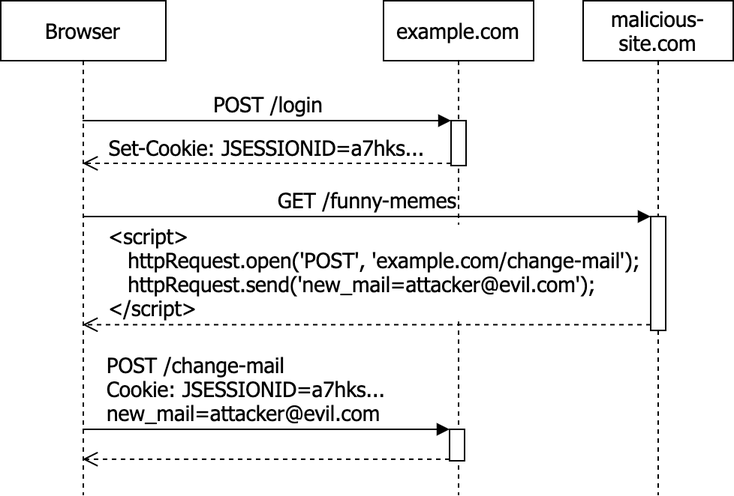
Above: content/articles/2021/cross-site-request-forgery-csrf-xsrf-protection-in-quarkus/csrf-attack2x.png in marcelkliemannel/marcelkliemannel.com (draw.io), before the change. Source tidied: cells renumbered, new cells last; positions are measured from the earlier drawing's top-left corner, leaving out a move shared by most shapes.
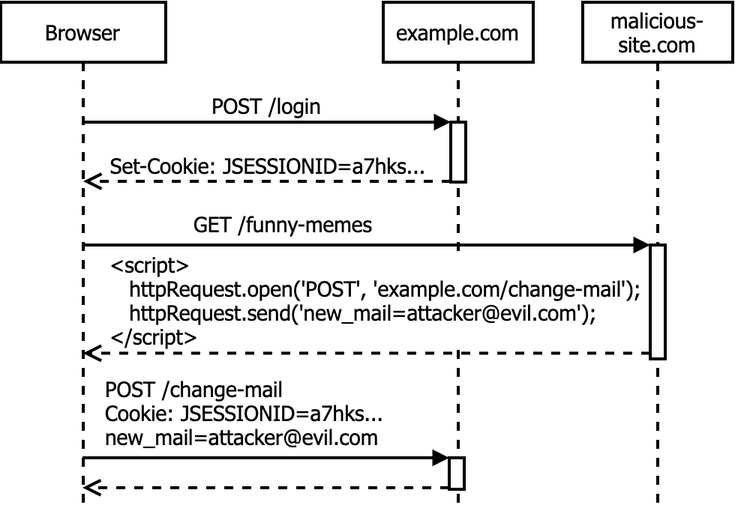
The same diagram one commit later.

Commit message:
Improve drawing of sequence diagrams

Diff of the diagram source:
```diff
@@ -2,45 +2,53 @@
   <root>
     <mxCell id="0" />
     <mxCell id="1" parent="0" />
-    <mxCell id="2" value="Browser" style="shape=umlLifeline;perimeter=lifelinePerimeter;whiteSpace=wrap;html=1;outlineConnect=0;labelBackgroundColor=none;fontSize=14;fontFamily=Tahoma;" parent="1" vertex="1">
-      <mxGeometry width="110" height="330" as="geometry" />
+    <mxCell id="2" value="Browser" style="shape=umlLifeline;perimeter=lifelinePerimeter;whiteSpace=wrap;html=1;outlineConnect=0;labelBackgroundColor=none;fontSize=14;fontFamily=Tahoma;strokeWidth=2;" parent="1" vertex="1">
+      <mxGeometry width="110" height="340" as="geometry" />
     </mxCell>
-    <mxCell id="3" value="example.com" style="shape=umlLifeline;perimeter=lifelinePerimeter;whiteSpace=wrap;html=1;fontSize=14;fontFamily=Tahoma;" parent="1" vertex="1">
-      <mxGeometry x="255" width="100" height="330" as="geometry" />
+    <mxCell id="3" value="example.com" style="shape=umlLifeline;perimeter=lifelinePerimeter;whiteSpace=wrap;html=1;fontSize=14;fontFamily=Tahoma;strokeWidth=2;" parent="1" vertex="1">
+      <mxGeometry x="255" width="100" height="340" as="geometry" />
     </mxCell>
-    <mxCell id="4" style="html=1;points=[];perimeter=orthogonalPerimeter;fontSize=14;fontFamily=Tahoma;" parent="3" vertex="1">
-      <mxGeometry x="45" y="80" width="10" height="30" as="geometry" />
-    </mxCell>
-    <mxCell id="5" style="html=1;points=[];perimeter=orthogonalPerimeter;fontSize=14;fontFamily=Tahoma;" parent="3" vertex="1">
-      <mxGeometry x="44" y="286" width="10" height="21" as="geometry" />
-    </mxCell>
+    <mxCell id="14" style="html=1;points=[];perimeter=orthogonalPerimeter;fontSize=14;fontFamily=Tahoma;strokeWidth=2;" parent="3" vertex="1">
+      <mxGeometry x="45" y="80" width="10" height="40" as="geometry" />
+    </mxCell>
+    <mxCell id="15" style="html=1;points=[];perimeter=orthogonalPerimeter;fontSize=14;fontFamily=Tahoma;strokeWidth=2;" parent="3" vertex="1">
+      <mxGeometry x="44" y="304" width="10" height="21" as="geometry" />
+    </mxCell>
-    <mxCell id="6" value="malicious-site.com" style="shape=umlLifeline;perimeter=lifelinePerimeter;whiteSpace=wrap;html=1;fontSize=14;fontFamily=Tahoma;" parent="1" vertex="1">
-      <mxGeometry x="388" width="100" height="330" as="geometry" />
+    <mxCell id="6" value="malicious-site.com" style="shape=umlLifeline;perimeter=lifelinePerimeter;whiteSpace=wrap;html=1;fontSize=14;fontFamily=Tahoma;strokeWidth=2;" parent="1" vertex="1">
+      <mxGeometry x="388" width="100" height="340" as="geometry" />
     </mxCell>
-    <mxCell id="7" style="html=1;points=[];perimeter=orthogonalPerimeter;fontSize=14;fontFamily=Tahoma;" parent="6" vertex="1">
-      <mxGeometry x="45" y="144" width="10" height="76" as="geometry" />
-    </mxCell>
+    <mxCell id="16" style="html=1;points=[];perimeter=orthogonalPerimeter;fontSize=14;fontFamily=Tahoma;strokeWidth=2;" parent="6" vertex="1">
+      <mxGeometry x="45" y="162" width="10" height="76" as="geometry" />
+    </mxCell>
-    <mxCell id="8" value="POST /login" style="html=1;verticalAlign=bottom;endArrow=block;entryX=0;entryY=0;fontSize=14;fontFamily=Tahoma;" parent="1" edge="1" source="2" target="4">
+    <mxCell id="8" value="POST /login" style="html=1;verticalAlign=bottom;endArrow=block;entryX=0;entryY=0;fontSize=14;fontFamily=Tahoma;strokeWidth=2;" parent="1" edge="1" source="2" target="14">
       <mxGeometry relative="1" as="geometry" />
     </mxCell>
-    <mxCell id="9" value="Set-Cookie: JSESSIONID=a7hks..." style="html=1;verticalAlign=bottom;endArrow=open;dashed=1;endSize=8;exitX=0;exitY=0.95;labelBackgroundColor=none;fontSize=14;fontFamily=Tahoma;" parent="1" edge="1" source="4" target="2">
-      <mxGeometry relative="1" as="geometry" />
+    <mxCell id="9" value="&lt;p style=&quot;line-height: 100%&quot;&gt;Set-Cookie: JSESSIONID=a7hks...&lt;/p&gt;" style="html=1;verticalAlign=middle;endArrow=open;dashed=1;endSize=8;exitX=0;exitY=0.95;labelBackgroundColor=none;fontSize=14;fontFamily=Tahoma;strokeWidth=2;spacingTop=0;align=center;horizontal=1;" parent="1" edge="1">
+      <mxGeometry y="-11" relative="1" as="geometry">
+        <mxPoint x="300" y="119.5" as="sourcePoint" />
+        <mxPoint x="55" y="119.5" as="targetPoint" />
+      </mxGeometry>
     </mxCell>
-    <mxCell id="10" value="GET /funny-memes" style="html=1;verticalAlign=bottom;endArrow=block;entryX=0;entryY=0;fontSize=14;fontFamily=Tahoma;" parent="1" edge="1" source="2" target="7">
-      <mxGeometry relative="1" as="geometry" />
+    <mxCell id="10" value="&lt;p style=&quot;line-height: 0%&quot;&gt;GET /funny-memes&lt;/p&gt;" style="html=1;verticalAlign=middle;endArrow=block;entryX=0;entryY=0;fontSize=14;fontFamily=Tahoma;strokeWidth=2;labelBackgroundColor=none;" parent="1" edge="1" target="16">
+      <mxGeometry x="-0.3" y="14" relative="1" as="geometry">
+        <mxPoint x="54.8" y="162" as="sourcePoint" />
+      </mxGeometry>
     </mxCell>
-    <mxCell id="11" value="&amp;lt;script&amp;gt;&lt;br style=&quot;font-size: 14px&quot;&gt;&amp;nbsp; &amp;nbsp;httpRequest.open('POST', 'example.com/change-mail');&lt;br style=&quot;font-size: 14px&quot;&gt;&amp;nbsp; &amp;nbsp;httpRequest.send('new_mail=attacker@evil.com');&lt;br style=&quot;font-size: 14px&quot;&gt;&amp;lt;/script&amp;gt;" style="html=1;verticalAlign=bottom;endArrow=open;dashed=1;endSize=8;exitX=0;exitY=0.95;align=left;labelBackgroundColor=default;fontSize=14;fontFamily=Tahoma;" parent="1" edge="1" source="7" target="2">
-      <mxGeometry x="0.92" relative="1" as="geometry" />
+    <mxCell id="11" value="&amp;lt;script&amp;gt;&lt;br style=&quot;font-size: 14px&quot;&gt;&amp;nbsp; &amp;nbsp;httpRequest.open('POST', 'example.com/change-mail');&lt;br style=&quot;font-size: 14px&quot;&gt;&amp;nbsp; &amp;nbsp;httpRequest.send('new_mail=attacker@evil.com');&lt;br style=&quot;font-size: 14px&quot;&gt;&amp;lt;/script&amp;gt;" style="html=1;verticalAlign=bottom;endArrow=open;dashed=1;endSize=8;exitX=0;exitY=0.95;align=left;labelBackgroundColor=default;fontSize=14;fontFamily=Tahoma;strokeWidth=2;" parent="1" edge="1" source="16">
+      <mxGeometry x="0.92" relative="1" as="geometry">
+        <mxPoint x="54.8" y="234.2" as="targetPoint" />
+      </mxGeometry>
     </mxCell>
-    <mxCell id="12" value="POST /change-mail&lt;br style=&quot;font-size: 14px&quot;&gt;Cookie: JSESSIONID=&lt;span style=&quot;text-align: center&quot;&gt;a7hks&lt;/span&gt;...&lt;br style=&quot;font-size: 14px&quot;&gt;&lt;span style=&quot;font-size: 14px&quot;&gt;new_mail=attacker@evil.com&lt;/span&gt;" style="html=1;verticalAlign=bottom;endArrow=block;entryX=0;entryY=0;align=left;labelBackgroundColor=default;fontSize=14;fontFamily=Tahoma;" parent="1" edge="1" target="5">
-      <mxGeometry x="-0.89" relative="1" as="geometry">
-        <mxPoint x="54.5" y="286" as="sourcePoint" />
+    <mxCell id="12" value="&lt;p style=&quot;line-height: 120%&quot;&gt;POST /change-mail&lt;br style=&quot;font-size: 14px&quot;&gt;Cookie: JSESSIONID=&lt;span style=&quot;text-align: center&quot;&gt;a7hks&lt;/span&gt;...&lt;br style=&quot;font-size: 14px&quot;&gt;&lt;span style=&quot;font-size: 14px&quot;&gt;new_mail=attacker@evil.com&lt;/span&gt;&lt;/p&gt;" style="html=1;verticalAlign=bottom;endArrow=block;entryX=0;entryY=0;align=left;labelBackgroundColor=none;fontSize=14;fontFamily=Tahoma;strokeWidth=2;" parent="1" edge="1" target="15">
+      <mxGeometry x="-0.89" y="-10" relative="1" as="geometry">
+        <mxPoint x="54.5" y="304" as="sourcePoint" />
+        <mxPoint x="1" y="1" as="offset" />
       </mxGeometry>
     </mxCell>
-    <mxCell id="13" style="html=1;verticalAlign=bottom;endArrow=open;dashed=1;endSize=8;exitX=0;exitY=0.95;fontSize=14;fontFamily=Tahoma;" parent="1" edge="1" source="5">
-      <mxGeometry relative="1" as="geometry">
-        <mxPoint x="54.5" y="306" as="targetPoint" />
-      </mxGeometry>
-    </mxCell>
+    <mxCell id="17" style="html=1;verticalAlign=bottom;endArrow=open;dashed=1;endSize=8;exitX=0;exitY=0.95;fontSize=14;fontFamily=Tahoma;strokeWidth=2;" parent="1" edge="1" source="15">
+      <mxGeometry relative="1" as="geometry">
+        <mxPoint x="54.5" y="324" as="targetPoint" />
+      </mxGeometry>
+    </mxCell>
   </root>
 </mxGraphModel>
```
